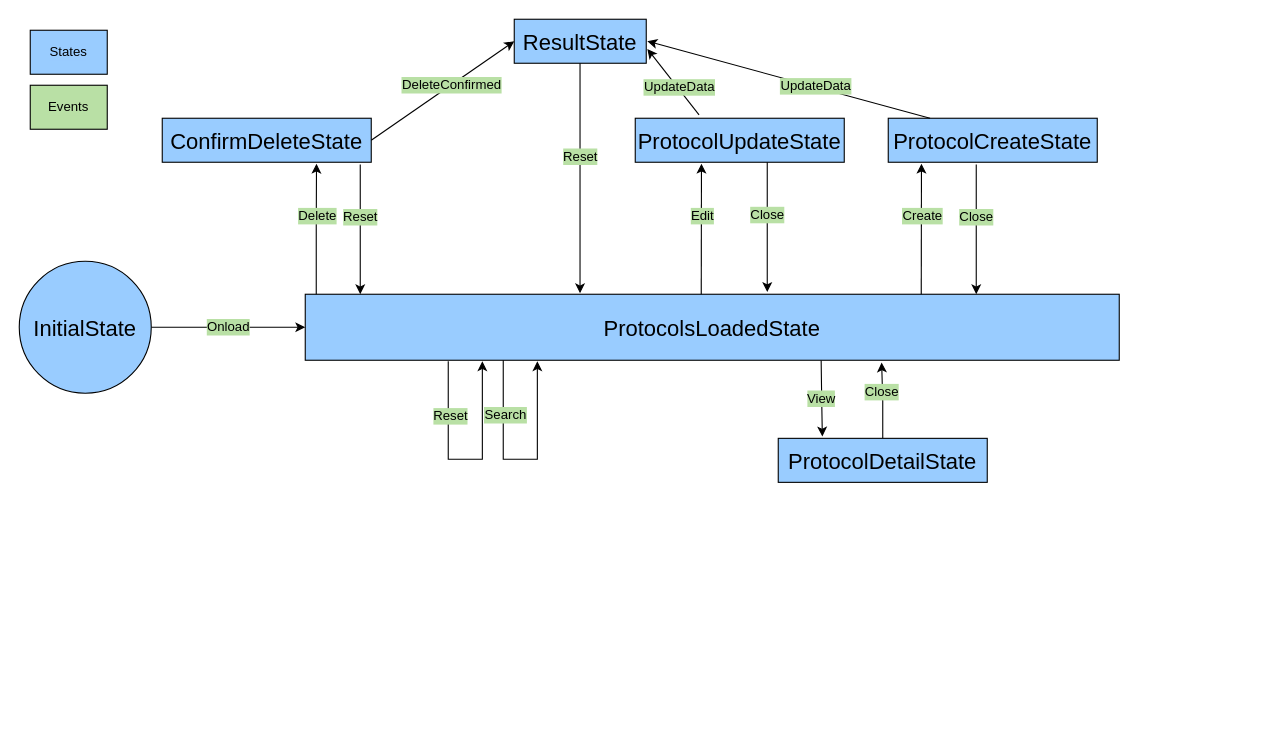
The draw.io diagram Untitled Diagram.drawio in Tozzigh/aaa, before the edit. Source tidied: cells renumbered, new cells numbered last; positions are measured from the earlier drawing's top-left corner, leaving out a move shared by most shapes. Both pictures are drawn from the tidied source at 110%, with x=0, y=0 at pixel (19, 19).
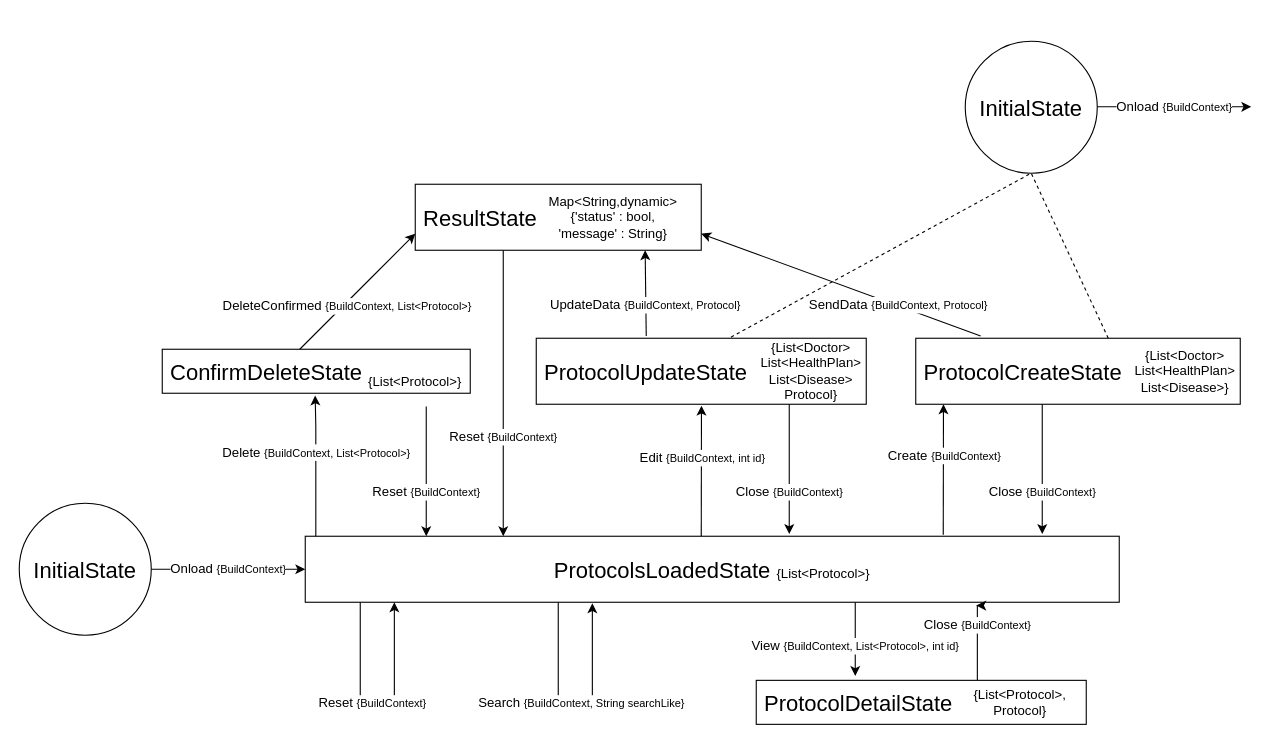
After the change.

Diff of the diagram source:
```diff
@@
-    <mxCell id="2" value="Onload" style="edgeStyle=orthogonalEdgeStyle;rounded=0;jettySize=auto;html=1;fontSize=12;exitX=1;exitY=0.5;exitDx=0;exitDy=0;entryX=0;entryY=0.5;entryDx=0;entryDy=0;labelBackgroundColor=#B9E0A5;" parent="1" edge="1" source="3" target="7">
+    <mxCell id="2" value="Onload &lt;font style=&quot;font-size: 10px&quot;&gt;{BuildContext}&lt;/font&gt;" style="edgeStyle=orthogonalEdgeStyle;rounded=0;jettySize=auto;html=1;fontSize=12;exitX=1;exitY=0.5;exitDx=0;exitDy=0;entryX=0;entryY=0.5;entryDx=0;entryDy=0;labelBackgroundColor=default;" parent="1" edge="1" source="3" target="7">
       <mxGeometry relative="1" as="geometry" />
     </mxCell>
-    <mxCell id="3" value="&lt;font style=&quot;font-size: 20px&quot;&gt;InitialState&lt;/font&gt;" style="ellipse;whiteSpace=wrap;html=1;fillColor=#99CCFF;" parent="1" vertex="1">
-      <mxGeometry y="220" width="120" height="120" as="geometry" />
+    <mxCell id="3" value="&lt;font style=&quot;font-size: 20px&quot;&gt;InitialState&lt;/font&gt;" style="ellipse;whiteSpace=wrap;html=1;fillColor=none;" parent="1" vertex="1">
+      <mxGeometry y="440" width="120" height="120" as="geometry" />
     </mxCell>
-    <mxCell id="4" style="edgeStyle=orthogonalEdgeStyle;rounded=0;orthogonalLoop=1;jettySize=auto;html=1;fontSize=20;strokeColor=default;startFill=1;endFill=1;anchorPointDirection=1;" parent="1" edge="1">
+    <mxCell id="4" style="edgeStyle=orthogonalEdgeStyle;rounded=0;orthogonalLoop=1;jettySize=auto;html=1;fontSize=20;strokeColor=default;startFill=1;endFill=1;anchorPointDirection=1;labelBackgroundColor=default;" parent="1" edge="1">
       <mxGeometry relative="1" as="geometry">
-        <mxPoint x="390" y="311" as="sourcePoint" />
-        <mxPoint x="421" y="311" as="targetPoint" />
+        <mxPoint x="310" y="530" as="sourcePoint" />
+        <mxPoint x="341" y="530" as="targetPoint" />
         <Array as="points">
-          <mxPoint x="390" y="400" />
-          <mxPoint x="421" y="400" />
+          <mxPoint x="310" y="619" />
+          <mxPoint x="341" y="619" />
         </Array>
       </mxGeometry>
     </mxCell>
-    <mxCell id="5" value="Reset" style="edgeLabel;html=1;align=center;verticalAlign=middle;fontSize=12;labelBackgroundColor=#B9E0A5;" parent="4" vertex="1">
+    <mxCell id="5" value="Reset&amp;nbsp;&lt;font style=&quot;font-size: 10px&quot;&gt;{BuildContext}&lt;/font&gt;" style="edgeLabel;html=1;align=center;verticalAlign=middle;fontSize=12;labelBackgroundColor=default;" parent="4" vertex="1">
       <mxGeometry x="-0.64" y="1" relative="1" as="geometry">
-        <mxPoint y="11" as="offset" />
+        <mxPoint x="9" y="53" as="offset" />
       </mxGeometry>
     </mxCell>
-    <mxCell id="6" value="View" style="edgeStyle=orthogonalEdgeStyle;rounded=0;jettySize=auto;html=1;fontSize=12;entryX=0.211;entryY=-0.043;entryDx=0;entryDy=0;entryPerimeter=0;labelBackgroundColor=#B9E0A5;" parent="1" edge="1" target="16">
-      <mxGeometry relative="1" as="geometry">
-        <mxPoint x="729" y="310" as="sourcePoint" />
+    <mxCell id="6" value="View &lt;font size=&quot;1&quot;&gt;{BuildContext,&amp;nbsp;&lt;/font&gt;&lt;span style=&quot;font-size: x-small&quot;&gt;List&amp;lt;Protocol&amp;gt;,&amp;nbsp;&lt;/span&gt;&lt;font size=&quot;1&quot;&gt;int id}&lt;/font&gt;" style="edgeStyle=orthogonalEdgeStyle;rounded=0;orthogonalLoop=1;jettySize=auto;html=1;fontSize=12;labelBackgroundColor=default;" parent="1" edge="1">
+      <mxGeometry x="0.19" relative="1" as="geometry">
+        <mxPoint x="760" y="530" as="sourcePoint" />
+        <mxPoint x="760" y="597" as="targetPoint" />
+        <Array as="points">
+          <mxPoint x="760" y="550" />
+          <mxPoint x="760" y="550" />
+        </Array>
       </mxGeometry>
     </mxCell>
-    <mxCell id="7" value="ProtocolsLoadedState" style="whiteSpace=wrap;html=1;fontSize=20;fillColor=#99CCFF;" parent="1" vertex="1">
-      <mxGeometry x="260" y="250" width="740" height="60" as="geometry" />
+    <mxCell id="7" value="ProtocolsLoadedState &lt;font style=&quot;font-size: 12px&quot;&gt;{List&amp;lt;Protocol&amp;gt;}&lt;/font&gt;" style="whiteSpace=wrap;html=1;fontSize=20;fillColor=none;labelBackgroundColor=default;align=center;" parent="1" vertex="1">
+      <mxGeometry x="260" y="470" width="740" height="60" as="geometry" />
     </mxCell>
-    <mxCell id="8" value="ConfirmDeleteState" style="rounded=0;whiteSpace=wrap;html=1;fontSize=20;fillColor=#99CCFF;" parent="1" vertex="1">
-      <mxGeometry x="130" y="90" width="190" height="40" as="geometry" />
+    <mxCell id="8" value="&amp;nbsp;ConfirmDeleteState" style="rounded=0;whiteSpace=wrap;html=1;fontSize=20;fillColor=none;labelBackgroundColor=default;align=left;" parent="1" vertex="1">
+      <mxGeometry x="130" y="300" width="280" height="40" as="geometry" />
     </mxCell>
-    <mxCell id="9" style="endArrow=classic;html=1;rounded=0;fontSize=20;entryX=0.738;entryY=1.033;entryDx=0;entryDy=0;entryPerimeter=0;labelBackgroundColor=#B9E0A5;" parent="1" edge="1" target="8">
+    <mxCell id="9" style="endArrow=classic;html=1;rounded=0;fontSize=20;labelBackgroundColor=default;" parent="1" edge="1">
       <mxGeometry x="0.18" relative="1" as="geometry">
-        <mxPoint x="270" y="250" as="sourcePoint" />
+        <mxPoint x="269.6" y="470" as="sourcePoint" />
+        <mxPoint x="269" y="342" as="targetPoint" />
         <Array as="points">
-          <mxPoint x="270" y="190" />
+          <mxPoint x="269.6" y="440" />
+          <mxPoint x="269.6" y="410" />
+          <mxPoint x="269.6" y="370" />
         </Array>
       </mxGeometry>
     </mxCell>
-    <mxCell id="10" value="Delete" style="edgeLabel;html=1;align=center;verticalAlign=middle;fontSize=12;labelBackgroundColor=#B9E0A5;" parent="9" vertex="1">
+    <mxCell id="10" value="Delete &lt;font size=&quot;1&quot;&gt;{BuildContext, List&amp;lt;Protocol&amp;gt;}&lt;/font&gt;" style="edgeLabel;html=1;align=center;verticalAlign=middle;fontSize=12;labelBackgroundColor=default;" parent="9" vertex="1">
       <mxGeometry x="0.21" relative="1" as="geometry" />
     </mxCell>
-    <mxCell id="11" style="edgeStyle=orthogonalEdgeStyle;rounded=0;orthogonalLoop=1;jettySize=auto;html=1;fontSize=20;" parent="1" edge="1">
+    <mxCell id="11" style="edgeStyle=orthogonalEdgeStyle;rounded=0;orthogonalLoop=1;jettySize=auto;html=1;fontSize=20;labelBackgroundColor=default;" parent="1" edge="1">
       <mxGeometry relative="1" as="geometry">
-        <mxPoint x="440" y="310" as="sourcePoint" />
-        <mxPoint x="471" y="311" as="targetPoint" />
+        <mxPoint x="490" y="530" as="sourcePoint" />
+        <mxPoint x="521" y="531" as="targetPoint" />
         <Array as="points">
-          <mxPoint x="440" y="400" />
-          <mxPoint x="471" y="400" />
+          <mxPoint x="490" y="620" />
+          <mxPoint x="521" y="620" />
         </Array>
       </mxGeometry>
     </mxCell>
-    <mxCell id="12" value="Search" style="edgeLabel;html=1;align=center;verticalAlign=middle;fontSize=12;labelBackgroundColor=#B9E0A5;" parent="11" vertex="1">
+    <mxCell id="12" value="Search &lt;font style=&quot;font-size: 10px&quot;&gt;{BuildContext, String searchLike}&lt;/font&gt;" style="edgeLabel;html=1;align=center;verticalAlign=middle;fontSize=12;labelBackgroundColor=default;" parent="11" vertex="1">
       <mxGeometry x="-0.64" y="1" relative="1" as="geometry">
-        <mxPoint y="11" as="offset" />
+        <mxPoint x="19" y="53" as="offset" />
       </mxGeometry>
     </mxCell>
-    <mxCell id="13" value="ResultState" style="rounded=0;whiteSpace=wrap;html=1;fontSize=20;fillColor=#99CCFF;" parent="1" vertex="1">
-      <mxGeometry x="450" width="120" height="40" as="geometry" />
+    <mxCell id="13" value="&amp;nbsp;ResultState" style="rounded=0;whiteSpace=wrap;html=1;fontSize=20;fillColor=none;labelBackgroundColor=default;align=left;" parent="1" vertex="1">
+      <mxGeometry x="360" y="150" width="260" height="60" as="geometry" />
     </mxCell>
-    <mxCell id="14" style="edgeStyle=orthogonalEdgeStyle;rounded=0;jettySize=auto;html=1;exitX=0.5;exitY=0;exitDx=0;exitDy=0;fontSize=12;" parent="1" edge="1" source="16">
+    <mxCell id="14" style="edgeStyle=orthogonalEdgeStyle;rounded=0;orthogonalLoop=1;jettySize=auto;html=1;fontSize=12;labelBackgroundColor=default;" parent="1" edge="1">
       <mxGeometry relative="1" as="geometry">
-        <mxPoint x="784" y="312" as="targetPoint" />
+        <mxPoint x="871" y="601" as="sourcePoint" />
+        <mxPoint x="870" y="533" as="targetPoint" />
+        <Array as="points">
+          <mxPoint x="870" y="533" />
+        </Array>
       </mxGeometry>
     </mxCell>
-    <mxCell id="15" value="Close" style="edgeLabel;html=1;align=center;verticalAlign=middle;fontSize=12;labelBackgroundColor=#B9E0A5;" parent="14" vertex="1">
-      <mxGeometry x="0.24" y="1" relative="1" as="geometry" />
+    <mxCell id="15" value="Close&amp;nbsp;&lt;font style=&quot;font-size: 10px&quot;&gt;{BuildContext}&lt;/font&gt;" style="edgeLabel;html=1;align=center;verticalAlign=middle;fontSize=12;labelBackgroundColor=default;" parent="14" vertex="1">
+      <mxGeometry x="0.24" y="1" relative="1" as="geometry">
+        <mxPoint y="-8" as="offset" />
+      </mxGeometry>
     </mxCell>
-    <mxCell id="16" value="ProtocolDetailState" style="rounded=0;whiteSpace=wrap;html=1;fontSize=20;fillColor=#99CCFF;" parent="1" vertex="1">
-      <mxGeometry x="690" y="381" width="190" height="40" as="geometry" />
+    <mxCell id="16" value="&amp;nbsp;ProtocolDetailState&amp;nbsp;" style="rounded=0;whiteSpace=wrap;html=1;fontSize=20;fillColor=none;labelBackgroundColor=default;align=left;" parent="1" vertex="1">
+      <mxGeometry x="670" y="601" width="300" height="40" as="geometry" />
     </mxCell>
-    <mxCell id="17" value="ProtocolUpdateState" style="rounded=0;whiteSpace=wrap;html=1;fontSize=20;fillColor=#99CCFF;" parent="1" vertex="1">
-      <mxGeometry x="560" y="90" width="190" height="40" as="geometry" />
+    <mxCell id="17" value="&amp;nbsp;ProtocolUpdateState" style="rounded=0;whiteSpace=wrap;html=1;fontSize=20;fillColor=none;labelBackgroundColor=default;align=left;" parent="1" vertex="1">
+      <mxGeometry x="470" y="290" width="300" height="60" as="geometry" />
     </mxCell>
-    <mxCell id="18" value="Reset" style="edgeStyle=orthogonalEdgeStyle;rounded=0;orthogonalLoop=1;jettySize=auto;html=1;exitX=0.25;exitY=1;exitDx=0;exitDy=0;fontSize=12;labelBackgroundColor=#B9E0A5;" parent="1" edge="1">
-      <mxGeometry x="-0.19" relative="1" as="geometry">
-        <mxPoint x="310" y="132" as="sourcePoint" />
-        <mxPoint x="310" y="250" as="targetPoint" />
+    <mxCell id="18" value="Reset &lt;font style=&quot;font-size: 10px&quot;&gt;{BuildContext}&lt;/font&gt;" style="edgeStyle=orthogonalEdgeStyle;rounded=0;orthogonalLoop=1;jettySize=auto;html=1;exitX=0.25;exitY=1;exitDx=0;exitDy=0;fontSize=12;labelBackgroundColor=default;" parent="1" edge="1">
+      <mxGeometry x="0.32" relative="1" as="geometry">
+        <mxPoint x="370" y="352" as="sourcePoint" />
+        <mxPoint x="370" y="470" as="targetPoint" />
         <Array as="points">
-          <mxPoint x="310" y="192" />
-          <mxPoint x="310" y="192" />
+          <mxPoint x="370" y="412" />
+          <mxPoint x="370" y="412" />
         </Array>
       </mxGeometry>
     </mxCell>
-    <mxCell id="19" value="Reset" style="edgeStyle=orthogonalEdgeStyle;rounded=0;orthogonalLoop=1;jettySize=auto;html=1;fontSize=12;labelBackgroundColor=#B9E0A5;" parent="1" edge="1">
-      <mxGeometry x="-0.19" relative="1" as="geometry">
-        <mxPoint x="509.8" y="40" as="sourcePoint" />
-        <mxPoint x="509.8" y="249" as="targetPoint" />
+    <mxCell id="19" value="Reset&amp;nbsp;&lt;font style=&quot;font-size: 10px&quot;&gt;{BuildContext}&lt;/font&gt;" style="edgeStyle=orthogonalEdgeStyle;rounded=0;jettySize=auto;html=1;fontSize=12;labelBackgroundColor=default;" parent="1" edge="1" source="13">
+      <mxGeometry x="0.31" relative="1" as="geometry">
+        <mxPoint x="440" y="470" as="targetPoint" />
         <Array as="points">
-          <mxPoint x="509.8" y="191" />
-          <mxPoint x="509.8" y="191" />
+          <mxPoint x="440" y="210" />
+          <mxPoint x="440" y="210" />
         </Array>
       </mxGeometry>
     </mxCell>
-    <mxCell id="20" style="endArrow=classic;html=1;rounded=0;fontSize=20;exitX=0;exitY=0;exitDx=0;exitDy=0;entryX=0.738;entryY=1.033;entryDx=0;entryDy=0;entryPerimeter=0;" parent="1" edge="1">
+    <mxCell id="20" style="endArrow=classic;html=1;rounded=0;fontSize=20;exitX=0;exitY=0;exitDx=0;exitDy=0;entryX=0.738;entryY=1.033;entryDx=0;entryDy=0;entryPerimeter=0;labelBackgroundColor=default;" parent="1" edge="1">
       <mxGeometry x="0.18" relative="1" as="geometry">
-        <mxPoint x="620" y="250" as="sourcePoint" />
-        <mxPoint x="620.2" y="131.3" as="targetPoint" />
+        <mxPoint x="620" y="470" as="sourcePoint" />
+        <mxPoint x="620.2" y="351.3" as="targetPoint" />
       </mxGeometry>
     </mxCell>
-    <mxCell id="21" value="Edit" style="edgeLabel;html=1;align=center;verticalAlign=middle;fontSize=12;labelBackgroundColor=#B9E0A5;" parent="20" vertex="1">
+    <mxCell id="21" value="Edit &lt;font size=&quot;1&quot;&gt;{BuildContext, int id}&lt;/font&gt;" style="edgeLabel;html=1;align=center;verticalAlign=middle;fontSize=12;labelBackgroundColor=default;" parent="20" vertex="1">
       <mxGeometry x="0.21" relative="1" as="geometry" />
     </mxCell>
-    <mxCell id="22" value="UpdateData" style="endArrow=classic;html=1;rounded=0;fontSize=12;strokeColor=default;labelBackgroundColor=#B9E0A5;" parent="1" edge="1">
-      <mxGeometry x="-0.19" y="-1" relative="1" as="geometry">
-        <mxPoint x="618" y="87" as="sourcePoint" />
-        <mxPoint x="571" y="27" as="targetPoint" />
+    <mxCell id="22" value="UpdateData&amp;nbsp;&lt;span style=&quot;font-size: x-small&quot;&gt;{BuildContext, Protocol}&lt;/span&gt;" style="endArrow=classic;html=1;rounded=0;fontSize=12;strokeColor=default;labelBackgroundColor=default;" parent="1" edge="1">
+      <mxGeometry x="-0.28" y="1" relative="1" as="geometry">
+        <mxPoint x="570" y="288" as="sourcePoint" />
+        <mxPoint x="569" y="210" as="targetPoint" />
       </mxGeometry>
     </mxCell>
-    <mxCell id="23" style="endArrow=classic;html=1;rounded=0;fontSize=12;strokeColor=default;entryX=0;entryY=0.5;entryDx=0;entryDy=0;labelBackgroundColor=#B9E0A5;" parent="1" edge="1" target="13">
+    <mxCell id="23" style="endArrow=classic;html=1;rounded=0;fontSize=12;strokeColor=default;labelBackgroundColor=default;" parent="1" edge="1">
       <mxGeometry relative="1" as="geometry">
-        <mxPoint x="320" y="110" as="sourcePoint" />
+        <mxPoint x="255" y="300" as="sourcePoint" />
+        <mxPoint x="360" y="195" as="targetPoint" />
+        <Array as="points">
+          <mxPoint x="320" y="235" />
+        </Array>
       </mxGeometry>
     </mxCell>
-    <mxCell id="24" value="DeleteConfirmed" style="edgeLabel;html=1;align=center;verticalAlign=middle;fontSize=12;labelBackgroundColor=#B9E0A5;" parent="23" vertex="1">
-      <mxGeometry x="0.11" relative="1" as="geometry" />
+    <mxCell id="24" value="DeleteConfirmed &lt;font size=&quot;1&quot;&gt;{BuildContext, List&amp;lt;Protocol&amp;gt;}&lt;/font&gt;" style="edgeLabel;html=1;align=center;verticalAlign=middle;fontSize=12;labelBackgroundColor=default;" parent="23" vertex="1">
+      <mxGeometry x="0.11" relative="1" as="geometry">
+        <mxPoint x="-15" y="18" as="offset" />
+      </mxGeometry>
     </mxCell>
-    <mxCell id="25" value="Close" style="edgeStyle=orthogonalEdgeStyle;rounded=0;orthogonalLoop=1;jettySize=auto;html=1;exitX=0.25;exitY=1;exitDx=0;exitDy=0;fontSize=12;labelBackgroundColor=#B9E0A5;" parent="1" edge="1">
-      <mxGeometry x="-0.19" relative="1" as="geometry">
-        <mxPoint x="680" y="130" as="sourcePoint" />
-        <mxPoint x="680" y="248" as="targetPoint" />
+    <mxCell id="25" value="Close&amp;nbsp;&lt;font style=&quot;font-size: 10px&quot;&gt;{BuildContext}&lt;/font&gt;" style="edgeStyle=orthogonalEdgeStyle;rounded=0;orthogonalLoop=1;jettySize=auto;html=1;exitX=0.25;exitY=1;exitDx=0;exitDy=0;fontSize=12;labelBackgroundColor=default;" parent="1" edge="1">
+      <mxGeometry x="0.36" relative="1" as="geometry">
+        <mxPoint x="700" y="350" as="sourcePoint" />
+        <mxPoint x="700" y="468" as="targetPoint" />
         <Array as="points">
-          <mxPoint x="680" y="190" />
-          <mxPoint x="680" y="190" />
+          <mxPoint x="700" y="410" />
+          <mxPoint x="700" y="410" />
         </Array>
       </mxGeometry>
     </mxCell>
-    <mxCell id="26" value="ProtocolCreateState" style="rounded=0;whiteSpace=wrap;html=1;fontSize=20;fillColor=#99CCFF;" parent="1" vertex="1">
-      <mxGeometry x="790" y="90" width="190" height="40" as="geometry" />
+    <mxCell id="26" value="&amp;nbsp;ProtocolCreateState" style="rounded=0;whiteSpace=wrap;html=1;fontSize=20;fillColor=none;labelBackgroundColor=default;align=left;" parent="1" vertex="1">
+      <mxGeometry x="815" y="290" width="295" height="60" as="geometry" />
     </mxCell>
-    <mxCell id="27" style="endArrow=classic;html=1;rounded=0;fontSize=20;exitX=0;exitY=0;exitDx=0;exitDy=0;entryX=0.738;entryY=1.033;entryDx=0;entryDy=0;entryPerimeter=0;" parent="1" edge="1">
+    <mxCell id="27" style="endArrow=classic;html=1;rounded=0;fontSize=20;exitX=0;exitY=0;exitDx=0;exitDy=0;entryX=0.738;entryY=1.033;entryDx=0;entryDy=0;entryPerimeter=0;labelBackgroundColor=default;" parent="1" edge="1">
       <mxGeometry x="0.18" relative="1" as="geometry">
-        <mxPoint x="820" y="250" as="sourcePoint" />
-        <mxPoint x="820.2" y="131.3" as="targetPoint" />
+        <mxPoint x="840" y="468.7" as="sourcePoint" />
+        <mxPoint x="840.2" y="350" as="targetPoint" />
       </mxGeometry>
     </mxCell>
-    <mxCell id="28" value="Create" style="edgeLabel;html=1;align=center;verticalAlign=middle;fontSize=12;labelBackgroundColor=#B9E0A5;" parent="27" vertex="1">
+    <mxCell id="28" value="Create &lt;font style=&quot;font-size: 10px&quot;&gt;{BuildContext}&lt;/font&gt;" style="edgeLabel;html=1;align=center;verticalAlign=middle;fontSize=12;labelBackgroundColor=default;" parent="27" vertex="1">
       <mxGeometry x="0.21" relative="1" as="geometry" />
     </mxCell>
-    <mxCell id="29" value="Close" style="edgeStyle=orthogonalEdgeStyle;rounded=0;orthogonalLoop=1;jettySize=auto;html=1;exitX=0.25;exitY=1;exitDx=0;exitDy=0;fontSize=12;labelBackgroundColor=#B9E0A5;" parent="1" edge="1">
-      <mxGeometry x="-0.19" relative="1" as="geometry">
-        <mxPoint x="870" y="132" as="sourcePoint" />
-        <mxPoint x="870" y="250" as="targetPoint" />
+    <mxCell id="29" value="Close &lt;font style=&quot;font-size: 10px&quot;&gt;{BuildContext}&lt;/font&gt;" style="edgeStyle=orthogonalEdgeStyle;rounded=0;orthogonalLoop=1;jettySize=auto;html=1;exitX=0.25;exitY=1;exitDx=0;exitDy=0;fontSize=12;labelBackgroundColor=default;" parent="1" edge="1">
+      <mxGeometry x="0.36" relative="1" as="geometry">
+        <mxPoint x="930" y="350" as="sourcePoint" />
+        <mxPoint x="930" y="468" as="targetPoint" />
         <Array as="points">
-          <mxPoint x="870" y="192" />
-          <mxPoint x="870" y="192" />
+          <mxPoint x="930" y="410" />
+          <mxPoint x="930" y="410" />
         </Array>
       </mxGeometry>
     </mxCell>
-    <mxCell id="30" value="UpdateData" style="endArrow=classic;html=1;rounded=0;fontSize=12;strokeColor=default;labelBackgroundColor=#B9E0A5;" parent="1" edge="1">
-      <mxGeometry x="-0.19" y="-1" relative="1" as="geometry">
-        <mxPoint x="828" y="90" as="sourcePoint" />
-        <mxPoint x="571" y="20" as="targetPoint" />
+    <mxCell id="30" value="SendData &lt;font size=&quot;1&quot;&gt;{BuildContext, Protocol}&lt;/font&gt;" style="endArrow=classic;html=1;rounded=0;fontSize=12;strokeColor=default;labelBackgroundColor=default;" parent="1" edge="1">
+      <mxGeometry x="-0.41" y="-1" relative="1" as="geometry">
+        <mxPoint x="874" y="288" as="sourcePoint" />
+        <mxPoint x="620" y="195" as="targetPoint" />
       </mxGeometry>
     </mxCell>
-    <mxCell id="31" value="&lt;font&gt;States&lt;/font&gt;" style="rounded=0;whiteSpace=wrap;html=1;labelBackgroundColor=#99CCFF;fontSize=12;fontColor=#000000;fillColor=#99CCFF;" parent="1" vertex="1">
-      <mxGeometry x="10" y="10" width="70" height="40" as="geometry" />
-    </mxCell>
-    <mxCell id="32" value="Events" style="rounded=0;whiteSpace=wrap;html=1;labelBackgroundColor=#B9E0A5;fontSize=12;fontColor=#000000;fillColor=#B9E0A5;" parent="1" vertex="1">
-      <mxGeometry x="10" y="60" width="70" height="40" as="geometry" />
-    </mxCell>
+    <mxCell id="33" value="&lt;span style=&quot;text-align: left&quot;&gt;{List&amp;lt;Protocol&amp;gt;,&lt;/span&gt;&lt;br style=&quot;text-align: left&quot;&gt;&lt;span style=&quot;text-align: left&quot;&gt;Protocol}&lt;/span&gt;" style="text;html=1;strokeColor=none;fillColor=none;align=center;verticalAlign=middle;whiteSpace=wrap;rounded=0;labelBackgroundColor=default;fontSize=12;" parent="1" vertex="1">
+      <mxGeometry x="880" y="606" width="60" height="30" as="geometry" />
+    </mxCell>
+    <mxCell id="34" value="{List&amp;lt;Protocol&amp;gt;}" style="text;html=1;strokeColor=none;fillColor=none;align=center;verticalAlign=middle;whiteSpace=wrap;rounded=0;labelBackgroundColor=default;fontSize=12;" parent="1" vertex="1">
+      <mxGeometry x="330" y="315" width="60" height="30" as="geometry" />
+    </mxCell>
+    <mxCell id="35" value="Map&amp;lt;String,dynamic&amp;gt;{'status' : bool, 'message' : String}" style="text;html=1;strokeColor=none;fillColor=none;align=center;verticalAlign=middle;whiteSpace=wrap;rounded=0;labelBackgroundColor=default;fontSize=12;" parent="1" vertex="1">
+      <mxGeometry x="510" y="165" width="60" height="30" as="geometry" />
+    </mxCell>
+    <mxCell id="36" value="{List&amp;lt;Doctor&amp;gt;&lt;div&gt;List&amp;lt;HealthPlan&amp;gt;&lt;/div&gt;List&amp;lt;Disease&amp;gt;&lt;br&gt;Protocol}" style="text;html=1;strokeColor=none;fillColor=none;align=center;verticalAlign=middle;whiteSpace=wrap;rounded=0;labelBackgroundColor=default;fontSize=12;" parent="1" vertex="1">
+      <mxGeometry x="690" y="305" width="60" height="30" as="geometry" />
+    </mxCell>
+    <mxCell id="37" value="{List&amp;lt;Doctor&amp;gt;&lt;div&gt;List&amp;lt;HealthPlan&amp;gt;&lt;/div&gt;List&amp;lt;Disease&amp;gt;}" style="text;html=1;strokeColor=none;fillColor=none;align=center;verticalAlign=middle;whiteSpace=wrap;rounded=0;labelBackgroundColor=default;fontSize=12;" parent="1" vertex="1">
+      <mxGeometry x="1030" y="305" width="60" height="30" as="geometry" />
+    </mxCell>
+    <mxCell id="38" style="endArrow=none;dashed=1;html=1;rounded=0;labelBackgroundColor=default;fontSize=10;" parent="1" edge="1">
+      <mxGeometry relative="1" as="geometry">
+        <mxPoint x="990" y="290" as="sourcePoint" />
+        <mxPoint x="920" y="140" as="targetPoint" />
+      </mxGeometry>
+    </mxCell>
+    <mxCell id="39" value="&lt;font style=&quot;font-size: 20px&quot;&gt;InitialState&lt;/font&gt;" style="ellipse;whiteSpace=wrap;html=1;fillColor=none;" parent="1" vertex="1">
+      <mxGeometry x="860" y="20" width="120" height="120" as="geometry" />
+    </mxCell>
+    <mxCell id="40" style="endArrow=none;dashed=1;html=1;rounded=0;labelBackgroundColor=default;fontSize=10;" parent="1" edge="1">
+      <mxGeometry relative="1" as="geometry">
+        <mxPoint x="647" y="289" as="sourcePoint" />
+        <mxPoint x="918" y="141" as="targetPoint" />
+      </mxGeometry>
+    </mxCell>
+    <mxCell id="41" value="Onload &lt;font style=&quot;font-size: 10px&quot;&gt;{BuildContext}&lt;/font&gt;" style="edgeStyle=orthogonalEdgeStyle;rounded=0;orthogonalLoop=1;jettySize=auto;html=1;fontSize=12;exitX=1;exitY=0.5;exitDx=0;exitDy=0;entryX=0;entryY=0.5;entryDx=0;entryDy=0;labelBackgroundColor=default;" parent="1" edge="1">
+      <mxGeometry relative="1" as="geometry">
+        <mxPoint x="980" y="79.6" as="sourcePoint" />
+        <mxPoint x="1120" y="79.6" as="targetPoint" />
+      </mxGeometry>
+    </mxCell>
```
